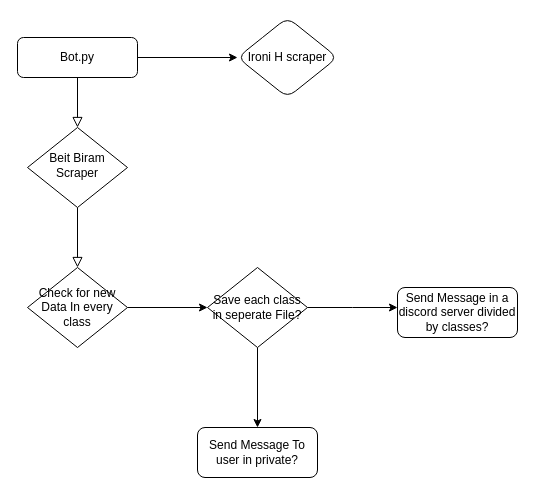
Before: Diagrams/Untitled Diagram.drawio in rakrakon/CalenderDiscordBot, a draw.io diagram. Source tidied: cells renumbered, new cells numbered last; positions are measured from the earlier drawing's top-left corner, leaving out a move shared by most shapes. Both pictures are drawn from the tidied source at 100%, with x=0, y=0 at pixel (17, 17).
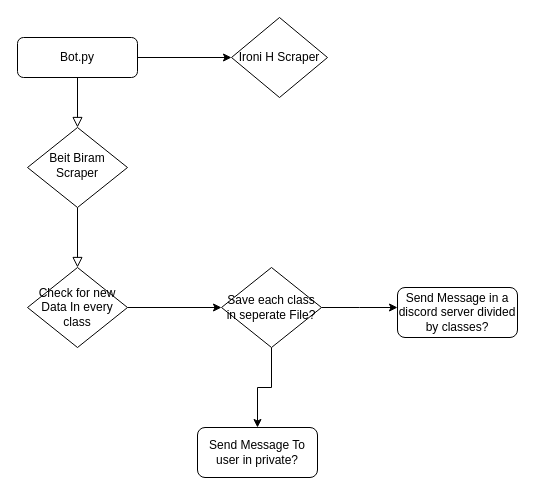
The same diagram, later.

Change to the diagram source:
```diff
@@
 <mxGraphModel>
   <root>
     <mxCell id="0" />
     <mxCell id="1" parent="0" />
     <mxCell id="2" style="rounded=0;html=1;jettySize=auto;fontSize=11;endArrow=block;endFill=0;endSize=8;strokeWidth=1;shadow=0;labelBackgroundColor=none;edgeStyle=orthogonalEdgeStyle;" parent="1" edge="1" source="4" target="6">
       <mxGeometry relative="1" as="geometry" />
     </mxCell>
-    <mxCell id="3" style="edgeStyle=orthogonalEdgeStyle;rounded=0;jettySize=auto;html=1;" parent="1" edge="1" source="4" target="14">
-      <mxGeometry relative="1" as="geometry" />
-    </mxCell>
+    <mxCell id="15" style="edgeStyle=orthogonalEdgeStyle;rounded=0;jettySize=auto;html=1;" parent="1" edge="1" source="4" target="16">
+      <mxGeometry relative="1" as="geometry" />
+    </mxCell>
     <mxCell id="4" value="Bot.py" style="rounded=1;whiteSpace=wrap;html=1;fontSize=12;glass=0;strokeWidth=1;shadow=0;" parent="1" vertex="1">
       <mxGeometry y="20" width="120" height="40" as="geometry" />
     </mxCell>
     <mxCell id="5" style="rounded=0;html=1;jettySize=auto;fontSize=11;endArrow=block;endFill=0;endSize=8;strokeWidth=1;shadow=0;labelBackgroundColor=none;edgeStyle=orthogonalEdgeStyle;" parent="1" edge="1" source="6" target="10">
       <mxGeometry y="20" relative="1" as="geometry" />
     </mxCell>
     <mxCell id="6" value="Beit Biram Scraper" style="rhombus;whiteSpace=wrap;html=1;shadow=0;fontFamily=Helvetica;fontSize=12;align=center;strokeWidth=1;spacing=6;spacingTop=-4;" parent="1" vertex="1">
       <mxGeometry x="10" y="110" width="100" height="80" as="geometry" />
     </mxCell>
     <mxCell id="7" value="Send Message in a discord server divided by classes?" style="rounded=1;whiteSpace=wrap;html=1;fontSize=12;glass=0;strokeWidth=1;shadow=0;" parent="1" vertex="1">
       <mxGeometry x="380" y="270" width="120" height="50" as="geometry" />
     </mxCell>
     <mxCell id="8" value="Send Message To user in private?" style="rounded=1;whiteSpace=wrap;html=1;fontSize=12;glass=0;strokeWidth=1;shadow=0;" parent="1" vertex="1">
       <mxGeometry x="180" y="410" width="120" height="50" as="geometry" />
     </mxCell>
     <mxCell id="9" style="edgeStyle=orthogonalEdgeStyle;rounded=0;jettySize=auto;html=1;" parent="1" edge="1" source="10" target="13">
       <mxGeometry relative="1" as="geometry" />
     </mxCell>
     <mxCell id="10" value="&lt;div&gt;Check for new Data In every class&lt;/div&gt;" style="rhombus;whiteSpace=wrap;html=1;" parent="1" vertex="1">
       <mxGeometry x="10" y="250" width="100" height="80" as="geometry" />
     </mxCell>
     <mxCell id="11" style="edgeStyle=orthogonalEdgeStyle;rounded=0;jettySize=auto;html=1;" parent="1" edge="1" source="13" target="8">
       <mxGeometry relative="1" as="geometry" />
     </mxCell>
     <mxCell id="12" style="edgeStyle=orthogonalEdgeStyle;rounded=0;jettySize=auto;html=1;" parent="1" edge="1" source="13">
       <mxGeometry relative="1" as="geometry">
         <mxPoint x="380" y="290" as="targetPoint" />
       </mxGeometry>
     </mxCell>
     <mxCell id="13" value="Save each class in seperate File?" style="rhombus;whiteSpace=wrap;html=1;" parent="1" vertex="1">
-      <mxGeometry x="190" y="250" width="100" height="80" as="geometry" />
+      <mxGeometry x="204" y="250" width="100" height="80" as="geometry" />
     </mxCell>
-    <mxCell id="14" value="Ironi H scraper" style="rhombus;whiteSpace=wrap;html=1;rounded=1;glass=0;strokeWidth=1;shadow=0;" parent="1" vertex="1">
-      <mxGeometry x="220" width="100" height="80" as="geometry" />
-    </mxCell>
+    <mxCell id="16" value="Ironi H Scraper" style="rhombus;whiteSpace=wrap;html=1;" parent="1" vertex="1">
+      <mxGeometry x="214" width="96" height="80" as="geometry" />
+    </mxCell>
   </root>
 </mxGraphModel>
```
